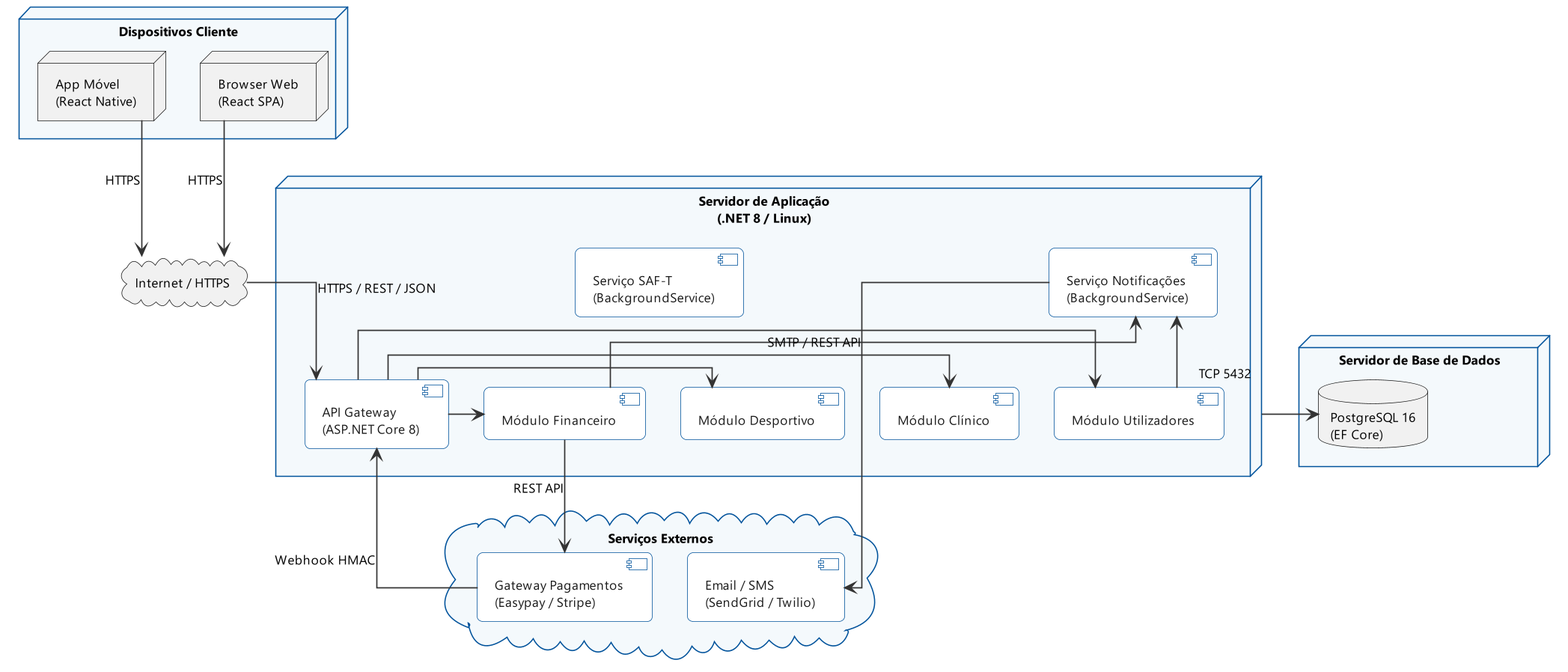
Before: Relatorio/images/diagrama_deployment.png, a diagram exported from PlantUML (MartiGames8899/LI4).
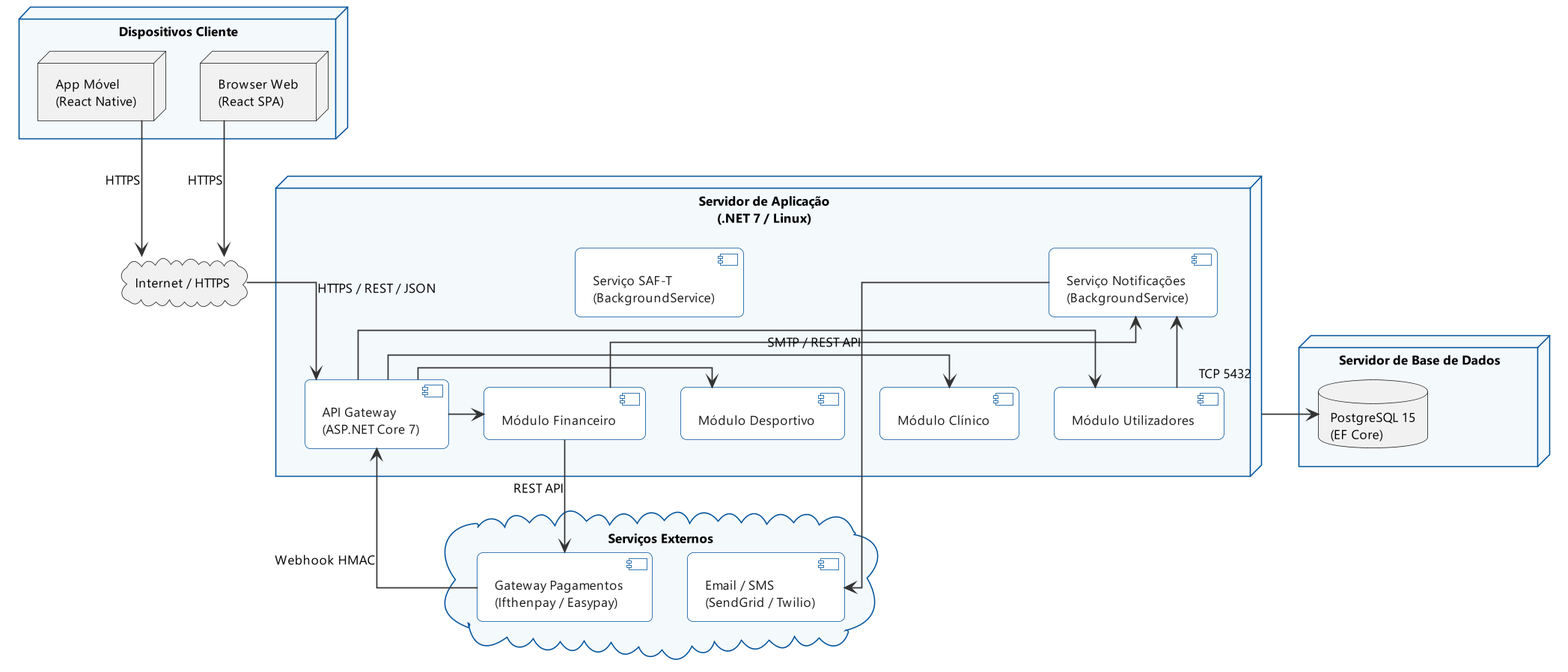
The same diagram one commit later.

Change to the diagram source:
```diff
@@ -11,8 +11,8 @@
 
 cloud "Internet / HTTPS" as Internet
 
-node "Servidor de Aplicação\n(.NET 8 / Linux)" as AppServer {
-  component "API Gateway\n(ASP.NET Core 8)" as API
+node "Servidor de Aplicação\n(.NET 7 / Linux)" as AppServer {
+  component "API Gateway\n(ASP.NET Core 7)" as API
   component "Módulo Utilizadores" as ModUsers
   component "Módulo Desportivo" as ModSport
   component "Módulo Clínico" as ModClin
@@ -22,11 +22,11 @@
 }
 
 node "Servidor de Base de Dados" as DBServer {
-  database "PostgreSQL 16\n(EF Core)" as DB
+  database "PostgreSQL 15\n(EF Core)" as DB
 }
 
 cloud "Serviços Externos" {
-  component "Gateway Pagamentos\n(Easypay / Stripe)" as PayGW
+  component "Gateway Pagamentos\n(Ifthenpay / Easypay)" as PayGW
   component "Email / SMS\n(SendGrid / Twilio)" as EmailSMS
 }
 
```
